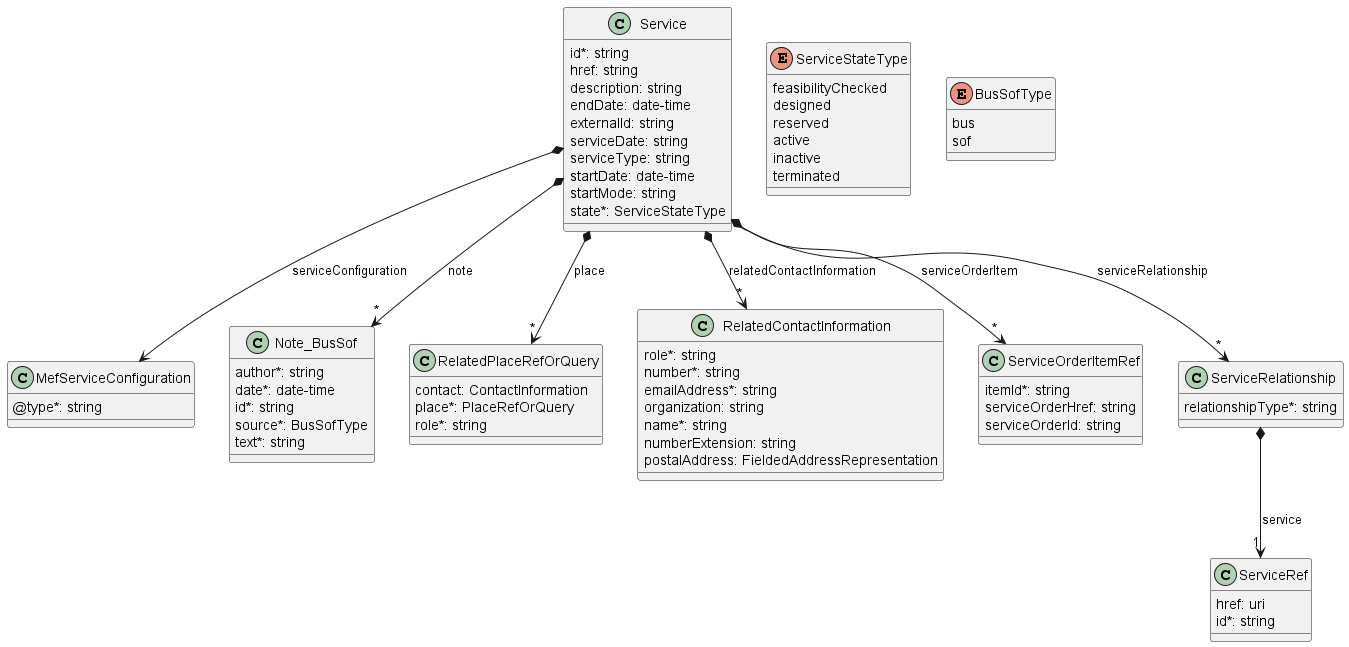
Before: documentation/serviceApi/inventory/media/useCase1Model.png, a diagram exported from PlantUML (MEF-GIT/MEF-LSO-Legato-SDK).
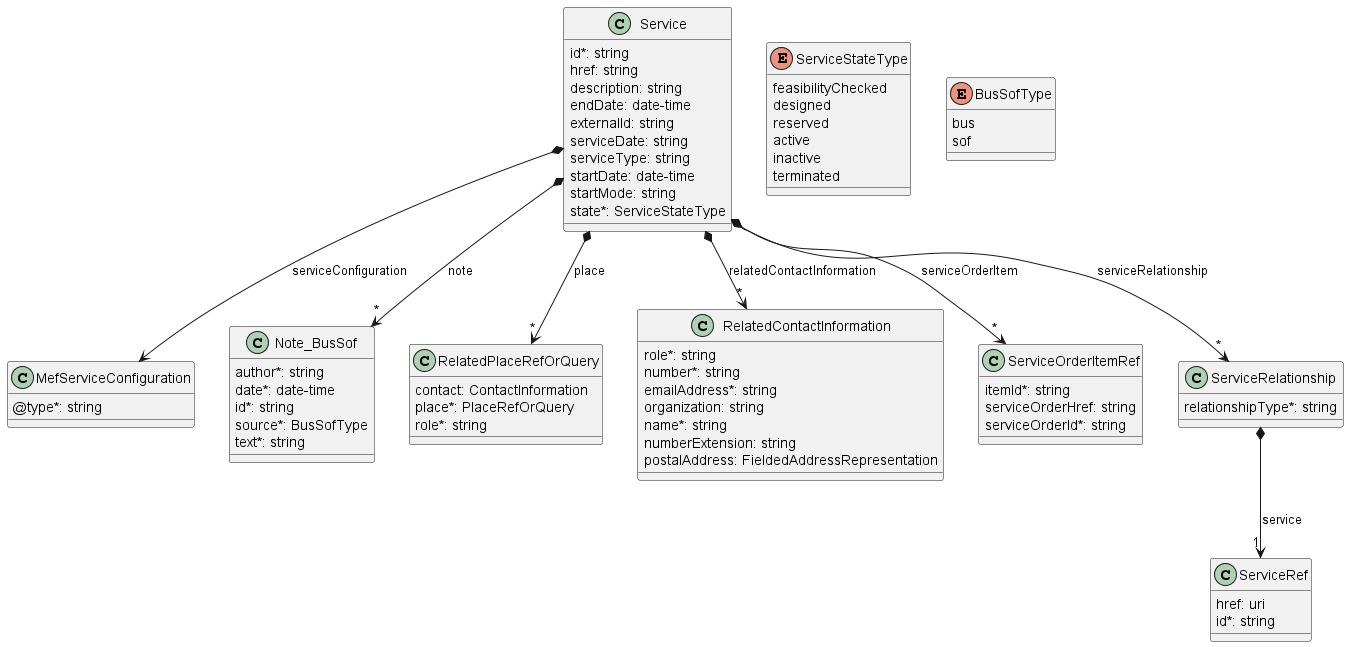
The same file after the commit.

What changed in the source:
```diff
@@ -33,7 +33,7 @@
 
     itemId*: string
     serviceOrderHref: string
-    serviceOrderId: string
+    serviceOrderId*: string
 }
 
 
```
